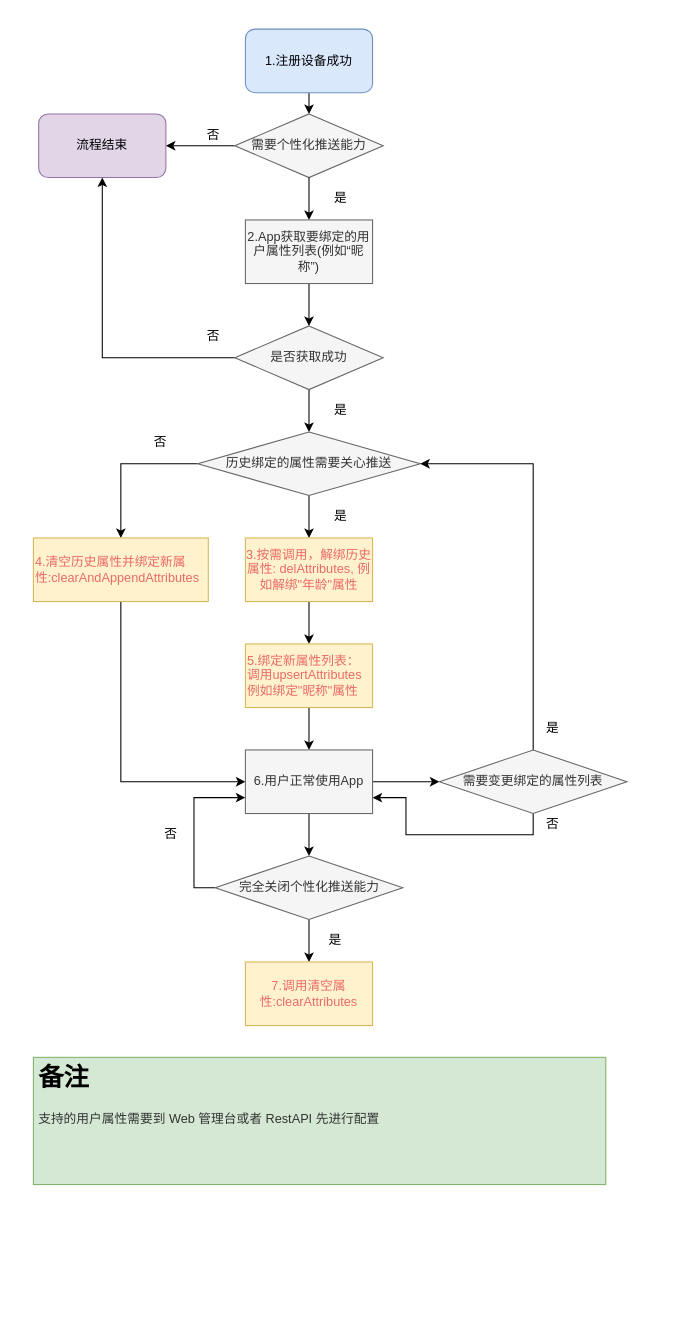
muyanbiao/tpnsFlowChart keeps this draw.io diagram as attribute.drawio. Above is the earlier version. Source tidied: cells renumbered, new cells numbered last; positions are measured from the earlier drawing's top-left corner, leaving out a move shared by most shapes. Both pictures are drawn from the tidied source at 106%, with x=0, y=0 at pixel (33, 29).
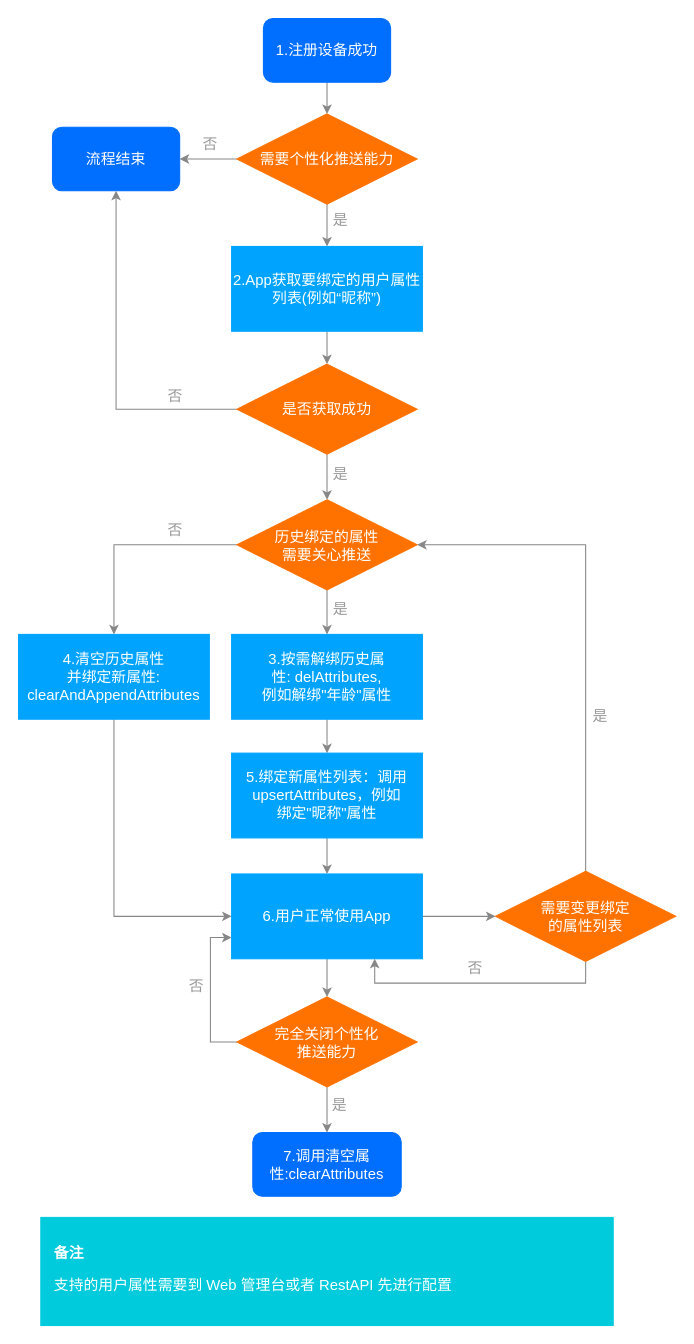
After the change.

Change to the diagram source:
```diff
@@
-    <mxCell id="2" style="endArrow=classic;html=1;exitX=0.5;exitY=1;exitDx=0;exitDy=0;entryX=0.5;entryY=0;entryDx=0;entryDy=0;" parent="1" edge="1" source="3">
-      <mxGeometry relative="1" as="geometry">
-        <mxPoint x="260" y="80" as="targetPoint" />
-      </mxGeometry>
-    </mxCell>
+    <mxCell id="43" style="edgeStyle=orthogonalEdgeStyle;rounded=0;jettySize=auto;html=1;entryX=0.5;entryY=0;entryDx=0;entryDy=0;fontSize=14;fontColor=#FFFFFF;strokeColor=#878787;" parent="1" edge="1" source="3" target="6">
+      <mxGeometry relative="1" as="geometry" />
+    </mxCell>
-    <mxCell id="3" value="&lt;font face=&quot;helvetica&quot;&gt;1.注册设备成功&lt;/font&gt;" style="rounded=1;whiteSpace=wrap;html=1;fillColor=#dae8fc;strokeColor=#6c8ebf;" parent="1" vertex="1">
-      <mxGeometry x="200" width="120" height="60" as="geometry" />
+    <mxCell id="3" value="&lt;font face=&quot;helvetica&quot; style=&quot;font-size: 14px;&quot;&gt;1.注册设备成功&lt;/font&gt;" style="rounded=1;whiteSpace=wrap;html=1;fillColor=#006EFF;strokeColor=#006EFF;fontColor=#FFFFFF;fontSize=14;" parent="1" vertex="1">
+      <mxGeometry x="217" y="-10" width="120" height="60" as="geometry" />
     </mxCell>
-    <mxCell id="4" value="是" style="text;html=1;strokeColor=none;fillColor=none;align=center;verticalAlign=middle;whiteSpace=wrap;rounded=0;" parent="1" vertex="1">
-      <mxGeometry x="270" y="150" width="40" height="20" as="geometry" />
+    <mxCell id="4" value="是" style="text;html=1;strokeColor=none;fillColor=none;align=center;verticalAlign=middle;whiteSpace=wrap;rounded=0;fontSize=14;fontColor=#999999;" parent="1" vertex="1">
+      <mxGeometry x="278" y="168" width="24" height="24" as="geometry" />
     </mxCell>
-    <mxCell id="5" style="edgeStyle=orthogonalEdgeStyle;rounded=0;jettySize=auto;html=1;exitX=0;exitY=0.5;exitDx=0;exitDy=0;entryX=1;entryY=0.5;entryDx=0;entryDy=0;" parent="1" edge="1" source="6" target="8">
+    <mxCell id="5" style="edgeStyle=orthogonalEdgeStyle;rounded=0;jettySize=auto;html=1;exitX=0;exitY=0.5;exitDx=0;exitDy=0;entryX=1;entryY=0.5;entryDx=0;entryDy=0;fontSize=14;strokeColor=#878787;" parent="1" edge="1" source="6" target="8">
       <mxGeometry relative="1" as="geometry" />
     </mxCell>
+    <mxCell id="44" style="edgeStyle=orthogonalEdgeStyle;rounded=0;jettySize=auto;html=1;entryX=0.5;entryY=0;entryDx=0;entryDy=0;fontSize=14;fontColor=#FFFFFF;strokeColor=#878787;" parent="1" edge="1" source="6" target="11">
+      <mxGeometry relative="1" as="geometry" />
+    </mxCell>
-    <mxCell id="6" value="需要个性化推送能力" style="rhombus;whiteSpace=wrap;html=1;fillColor=#f5f5f5;strokeColor=#666666;fontColor=#333333;" parent="1" vertex="1">
-      <mxGeometry x="190" y="80" width="140" height="60" as="geometry" />
+    <mxCell id="6" value="需要个性化推送能力" style="rhombus;whiteSpace=wrap;html=1;fillColor=#FF7200;strokeColor=#FF7200;fontColor=#FFFFFF;fontSize=14;" parent="1" vertex="1">
+      <mxGeometry x="192" y="80" width="170" height="85" as="geometry" />
     </mxCell>
-    <mxCell id="7" style="edgeStyle=orthogonalEdgeStyle;rounded=0;jettySize=auto;html=1;exitX=0.5;exitY=1;exitDx=0;exitDy=0;" parent="1" edge="1" source="6">
-      <mxGeometry relative="1" as="geometry">
-        <mxPoint x="260" y="180" as="targetPoint" />
-      </mxGeometry>
-    </mxCell>
-    <mxCell id="8" value="&lt;font face=&quot;helvetica&quot;&gt;流程结束&lt;br&gt;&lt;/font&gt;" style="rounded=1;whiteSpace=wrap;html=1;fillColor=#e1d5e7;strokeColor=#9673a6;" parent="1" vertex="1">
-      <mxGeometry x="5" y="80" width="120" height="60" as="geometry" />
+    <mxCell id="8" value="&lt;font face=&quot;helvetica&quot; style=&quot;font-size: 14px;&quot;&gt;流程结束&lt;br style=&quot;font-size: 14px;&quot;&gt;&lt;/font&gt;" style="rounded=1;whiteSpace=wrap;html=1;fillColor=#006EFF;strokeColor=#006EFF;fontColor=#FFFFFF;fontSize=14;" parent="1" vertex="1">
+      <mxGeometry x="18" y="92.5" width="120" height="60" as="geometry" />
     </mxCell>
-    <mxCell id="9" value="否" style="text;html=1;strokeColor=none;fillColor=none;align=center;verticalAlign=middle;whiteSpace=wrap;rounded=0;" parent="1" vertex="1">
-      <mxGeometry x="150" y="90" width="40" height="20" as="geometry" />
+    <mxCell id="9" value="否" style="text;html=1;strokeColor=none;fillColor=none;align=center;verticalAlign=middle;whiteSpace=wrap;rounded=0;fontSize=14;fontColor=#999999;" parent="1" vertex="1">
+      <mxGeometry x="155" y="97" width="24" height="24" as="geometry" />
     </mxCell>
-    <mxCell id="10" style="edgeStyle=orthogonalEdgeStyle;rounded=0;jettySize=auto;html=1;exitX=0.5;exitY=1;exitDx=0;exitDy=0;entryX=0.5;entryY=0;entryDx=0;entryDy=0;" parent="1" edge="1" source="11" target="14">
+    <mxCell id="10" style="edgeStyle=orthogonalEdgeStyle;rounded=0;jettySize=auto;html=1;entryX=0.5;entryY=0;entryDx=0;entryDy=0;fontSize=14;fontColor=#FFFFFF;strokeColor=#878787;" parent="1" edge="1" source="11" target="14">
       <mxGeometry relative="1" as="geometry" />
     </mxCell>
-    <mxCell id="11" value="&lt;font face=&quot;helvetica&quot;&gt;2.App获取要绑定的用户属性列表(例如“昵称”)&lt;/font&gt;" style="rounded=0;whiteSpace=wrap;html=1;fillColor=#f5f5f5;strokeColor=#666666;fontColor=#333333;" parent="1" vertex="1">
-      <mxGeometry x="200" y="180" width="120" height="60" as="geometry" />
+    <mxCell id="11" value="&lt;font face=&quot;helvetica&quot; style=&quot;font-size: 14px;&quot;&gt;2.App获取要绑定的用户属性列表(例如“昵称”)&lt;/font&gt;" style="rounded=0;whiteSpace=wrap;html=1;fillColor=#00A4FF;strokeColor=#00A4FF;fontColor=#FFFFFF;fontSize=14;" parent="1" vertex="1">
+      <mxGeometry x="187" y="205" width="180" height="80" as="geometry" />
     </mxCell>
-    <mxCell id="12" style="edgeStyle=orthogonalEdgeStyle;rounded=0;jettySize=auto;html=1;exitX=0;exitY=0.5;exitDx=0;exitDy=0;entryX=0.5;entryY=1;entryDx=0;entryDy=0;" parent="1" edge="1" source="14" target="8">
-      <mxGeometry relative="1" as="geometry" />
+    <mxCell id="12" style="edgeStyle=orthogonalEdgeStyle;rounded=0;jettySize=auto;html=1;exitX=0;exitY=0.5;exitDx=0;exitDy=0;entryX=0.5;entryY=1;entryDx=0;entryDy=0;fontSize=14;strokeColor=#878787;" parent="1" edge="1" source="14" target="8">
+      <mxGeometry relative="1" as="geometry">
+        <Array as="points">
+          <mxPoint x="78" y="359" />
+          <mxPoint x="78" y="153" />
+        </Array>
+      </mxGeometry>
     </mxCell>
-    <mxCell id="13" style="edgeStyle=orthogonalEdgeStyle;rounded=0;jettySize=auto;html=1;exitX=0.5;exitY=1;exitDx=0;exitDy=0;entryX=0.5;entryY=0;entryDx=0;entryDy=0;" parent="1" edge="1" source="14" target="18">
+    <mxCell id="13" style="edgeStyle=orthogonalEdgeStyle;rounded=0;jettySize=auto;html=1;exitX=0.5;exitY=1;exitDx=0;exitDy=0;entryX=0.5;entryY=0;entryDx=0;entryDy=0;fontSize=14;strokeColor=#878787;" parent="1" edge="1" source="14" target="18">
       <mxGeometry relative="1" as="geometry" />
     </mxCell>
-    <mxCell id="14" value="是否获取成功" style="rhombus;whiteSpace=wrap;html=1;fillColor=#f5f5f5;strokeColor=#666666;fontColor=#333333;" parent="1" vertex="1">
-      <mxGeometry x="190" y="280" width="140" height="60" as="geometry" />
+    <mxCell id="14" value="是否获取成功" style="rhombus;whiteSpace=wrap;html=1;fillColor=#FF7200;strokeColor=#FF7200;fontColor=#FFFFFF;fontSize=14;" parent="1" vertex="1">
+      <mxGeometry x="192" y="316" width="170" height="85" as="geometry" />
     </mxCell>
-    <mxCell id="15" value="否" style="text;html=1;strokeColor=none;fillColor=none;align=center;verticalAlign=middle;whiteSpace=wrap;rounded=0;" parent="1" vertex="1">
-      <mxGeometry x="150" y="280" width="40" height="20" as="geometry" />
+    <mxCell id="15" value="否" style="text;html=1;strokeColor=none;fillColor=none;align=center;verticalAlign=middle;whiteSpace=wrap;rounded=0;fontSize=14;fontColor=#999999;" parent="1" vertex="1">
+      <mxGeometry x="122" y="334" width="24" height="24" as="geometry" />
     </mxCell>
-    <mxCell id="16" style="edgeStyle=orthogonalEdgeStyle;rounded=0;jettySize=auto;html=1;exitX=0.5;exitY=1;exitDx=0;exitDy=0;entryX=0.5;entryY=0;entryDx=0;entryDy=0;" parent="1" edge="1" source="18" target="21">
+    <mxCell id="16" style="edgeStyle=orthogonalEdgeStyle;rounded=0;jettySize=auto;html=1;exitX=0.5;exitY=1;exitDx=0;exitDy=0;entryX=0.5;entryY=0;entryDx=0;entryDy=0;fontSize=14;strokeColor=#878787;" parent="1" edge="1" source="18" target="21">
       <mxGeometry relative="1" as="geometry" />
     </mxCell>
-    <mxCell id="17" style="edgeStyle=orthogonalEdgeStyle;rounded=0;jettySize=auto;html=1;exitX=0;exitY=0.5;exitDx=0;exitDy=0;entryX=0.5;entryY=0;entryDx=0;entryDy=0;" parent="1" edge="1" source="18" target="26">
+    <mxCell id="17" style="edgeStyle=orthogonalEdgeStyle;rounded=0;jettySize=auto;html=1;exitX=0;exitY=0.5;exitDx=0;exitDy=0;entryX=0.5;entryY=0;entryDx=0;entryDy=0;fontSize=14;strokeColor=#878787;" parent="1" edge="1" source="18" target="26">
       <mxGeometry relative="1" as="geometry" />
     </mxCell>
-    <mxCell id="18" value="历史绑定的属性需要关心推送" style="rhombus;whiteSpace=wrap;html=1;fillColor=#f5f5f5;strokeColor=#666666;fontColor=#333333;" parent="1" vertex="1">
-      <mxGeometry x="155" y="380" width="210" height="60" as="geometry" />
+    <mxCell id="18" value="历史绑定的属性&lt;br&gt;需要关心推送" style="rhombus;whiteSpace=wrap;html=1;fillColor=#FF7200;strokeColor=#FF7200;fontColor=#FFFFFF;fontSize=14;" parent="1" vertex="1">
+      <mxGeometry x="192" y="444" width="170" height="85" as="geometry" />
     </mxCell>
-    <mxCell id="19" value="是" style="text;html=1;strokeColor=none;fillColor=none;align=center;verticalAlign=middle;whiteSpace=wrap;rounded=0;" parent="1" vertex="1">
-      <mxGeometry x="270" y="350" width="40" height="20" as="geometry" />
+    <mxCell id="19" value="是" style="text;html=1;strokeColor=none;fillColor=none;align=center;verticalAlign=middle;whiteSpace=wrap;rounded=0;fontSize=14;fontColor=#999999;" parent="1" vertex="1">
+      <mxGeometry x="278" y="408" width="24" height="24" as="geometry" />
     </mxCell>
-    <mxCell id="20" style="edgeStyle=orthogonalEdgeStyle;rounded=0;jettySize=auto;html=1;exitX=0.5;exitY=1;exitDx=0;exitDy=0;entryX=0.5;entryY=0;entryDx=0;entryDy=0;" parent="1" edge="1" source="21" target="23">
+    <mxCell id="20" style="edgeStyle=orthogonalEdgeStyle;rounded=0;jettySize=auto;html=1;fontSize=14;fontColor=#FFFFFF;strokeColor=#878787;" parent="1" edge="1" source="21" target="23">
       <mxGeometry relative="1" as="geometry" />
     </mxCell>
-    <mxCell id="21" value="&lt;font color=&quot;#ea6b66&quot;&gt;&lt;font face=&quot;helvetica&quot;&gt;3.按需调用，解绑历史属性:&amp;nbsp;&lt;/font&gt;&lt;span style=&quot;font-family: &amp;#34;helvetica&amp;#34;&quot;&gt;del&lt;/span&gt;&lt;font face=&quot;helvetica&quot;&gt;Attributes, 例如解绑&quot;年龄&quot;属性&lt;/font&gt;&lt;/font&gt;" style="rounded=0;whiteSpace=wrap;html=1;fillColor=#fff2cc;strokeColor=#d6b656;" parent="1" vertex="1">
-      <mxGeometry x="200" y="480" width="120" height="60" as="geometry" />
+    <mxCell id="21" value="&lt;font style=&quot;font-size: 14px&quot;&gt;&lt;font face=&quot;helvetica&quot; style=&quot;font-size: 14px&quot;&gt;3.按需解绑历史属&lt;br&gt;性:&amp;nbsp;&lt;/font&gt;&lt;span style=&quot;font-family: &amp;#34;helvetica&amp;#34; ; font-size: 14px&quot;&gt;del&lt;/span&gt;&lt;font face=&quot;helvetica&quot; style=&quot;font-size: 14px&quot;&gt;Attributes, &lt;br&gt;例如解绑&quot;年龄&quot;属性&lt;/font&gt;&lt;/font&gt;" style="rounded=0;whiteSpace=wrap;html=1;fillColor=#00A4FF;strokeColor=#00A4FF;fontColor=#FFFFFF;fontSize=14;" parent="1" vertex="1">
+      <mxGeometry x="187" y="571" width="180" height="80" as="geometry" />
     </mxCell>
-    <mxCell id="22" style="edgeStyle=orthogonalEdgeStyle;rounded=0;jettySize=auto;html=1;exitX=0.5;exitY=1;exitDx=0;exitDy=0;entryX=0.5;entryY=0;entryDx=0;entryDy=0;" parent="1" edge="1" source="23" target="30">
+    <mxCell id="22" style="edgeStyle=orthogonalEdgeStyle;rounded=0;jettySize=auto;html=1;entryX=0.5;entryY=0;entryDx=0;entryDy=0;fontSize=14;fontColor=#FFFFFF;strokeColor=#878787;" parent="1" edge="1" source="23" target="30">
       <mxGeometry relative="1" as="geometry" />
     </mxCell>
-    <mxCell id="23" value="&lt;font face=&quot;helvetica&quot; color=&quot;#ea6b66&quot;&gt;5.绑定新属性列表：&lt;br&gt;调用upsertAttributes例如绑定&quot;昵称&quot;属性&lt;/font&gt;" style="rounded=0;whiteSpace=wrap;html=1;fillColor=#fff2cc;strokeColor=#d6b656;align=left;" parent="1" vertex="1">
-      <mxGeometry x="200" y="580" width="120" height="60" as="geometry" />
+    <mxCell id="23" value="&lt;font face=&quot;helvetica&quot; style=&quot;font-size: 14px&quot;&gt;5.绑定新属性列表：调用&lt;br&gt;upsertAttributes，例如&lt;br&gt;绑定&quot;昵称&quot;属性&lt;/font&gt;" style="rounded=0;whiteSpace=wrap;html=1;align=center;fillColor=#00A4FF;strokeColor=#00A4FF;fontColor=#FFFFFF;fontSize=14;" parent="1" vertex="1">
+      <mxGeometry x="187" y="683" width="180" height="80" as="geometry" />
     </mxCell>
-    <mxCell id="24" value="是" style="text;html=1;strokeColor=none;fillColor=none;align=center;verticalAlign=middle;whiteSpace=wrap;rounded=0;" parent="1" vertex="1">
-      <mxGeometry x="270" y="450" width="40" height="20" as="geometry" />
+    <mxCell id="24" value="是" style="text;html=1;strokeColor=none;fillColor=none;align=center;verticalAlign=middle;whiteSpace=wrap;rounded=0;fontSize=14;fontColor=#999999;" parent="1" vertex="1">
+      <mxGeometry x="278" y="535" width="24" height="24" as="geometry" />
     </mxCell>
-    <mxCell id="25" style="edgeStyle=orthogonalEdgeStyle;rounded=0;jettySize=auto;html=1;exitX=0.5;exitY=1;exitDx=0;exitDy=0;entryX=0;entryY=0.5;entryDx=0;entryDy=0;" parent="1" edge="1" source="26" target="30">
+    <mxCell id="25" style="edgeStyle=orthogonalEdgeStyle;rounded=0;jettySize=auto;html=1;exitX=0.5;exitY=1;exitDx=0;exitDy=0;entryX=0;entryY=0.5;entryDx=0;entryDy=0;fontSize=14;strokeColor=#878787;" parent="1" edge="1" source="26" target="30">
       <mxGeometry relative="1" as="geometry" />
     </mxCell>
-    <mxCell id="26" value="&lt;font face=&quot;helvetica&quot; color=&quot;#ea6b66&quot;&gt;4.清空历史属性并绑定新属性:clearAndAppendAttributes&lt;/font&gt;" style="rounded=0;whiteSpace=wrap;html=1;fillColor=#fff2cc;strokeColor=#d6b656;align=left;" parent="1" vertex="1">
-      <mxGeometry y="480" width="165" height="60" as="geometry" />
+    <mxCell id="26" value="&lt;font face=&quot;helvetica&quot; style=&quot;font-size: 14px&quot;&gt;4.清空历史属性&lt;br&gt;并绑定新属性:&lt;br&gt;clearAndAppendAttributes&lt;/font&gt;" style="rounded=0;whiteSpace=wrap;html=1;align=center;fillColor=#00A4FF;strokeColor=#00A4FF;fontColor=#FFFFFF;fontSize=14;" parent="1" vertex="1">
+      <mxGeometry x="-14" y="571" width="180" height="80" as="geometry" />
     </mxCell>
-    <mxCell id="27" value="否" style="text;html=1;strokeColor=none;fillColor=none;align=center;verticalAlign=middle;whiteSpace=wrap;rounded=0;" parent="1" vertex="1">
-      <mxGeometry x="100" y="380" width="40" height="20" as="geometry" />
+    <mxCell id="27" value="否" style="text;html=1;strokeColor=none;fillColor=none;align=center;verticalAlign=middle;whiteSpace=wrap;rounded=0;fontSize=14;fontColor=#999999;" parent="1" vertex="1">
+      <mxGeometry x="122" y="461" width="24" height="24" as="geometry" />
     </mxCell>
-    <mxCell id="28" style="edgeStyle=orthogonalEdgeStyle;rounded=0;jettySize=auto;html=1;exitX=1;exitY=0.5;exitDx=0;exitDy=0;entryX=0;entryY=0.5;entryDx=0;entryDy=0;" parent="1" edge="1" source="30" target="33">
+    <mxCell id="28" style="edgeStyle=orthogonalEdgeStyle;rounded=0;jettySize=auto;html=1;exitX=1;exitY=0.5;exitDx=0;exitDy=0;entryX=0;entryY=0.5;entryDx=0;entryDy=0;fontSize=14;strokeColor=#878787;" parent="1" edge="1" source="30" target="33">
       <mxGeometry relative="1" as="geometry" />
     </mxCell>
-    <mxCell id="29" style="edgeStyle=orthogonalEdgeStyle;rounded=0;jettySize=auto;html=1;exitX=0.5;exitY=1;exitDx=0;exitDy=0;entryX=0.5;entryY=0;entryDx=0;entryDy=0;" parent="1" edge="1" source="30" target="38">
+    <mxCell id="29" style="edgeStyle=orthogonalEdgeStyle;rounded=0;jettySize=auto;html=1;entryX=0.5;entryY=0;entryDx=0;entryDy=0;fontSize=14;fontColor=#FFFFFF;strokeColor=#878787;" parent="1" edge="1" source="30" target="38">
       <mxGeometry relative="1" as="geometry" />
     </mxCell>
-    <mxCell id="30" value="&lt;font face=&quot;helvetica&quot;&gt;6.用户正常使用App&lt;br&gt;&lt;/font&gt;" style="rounded=0;whiteSpace=wrap;html=1;fillColor=#f5f5f5;strokeColor=#666666;fontColor=#333333;" parent="1" vertex="1">
-      <mxGeometry x="200" y="680" width="120" height="60" as="geometry" />
+    <mxCell id="30" value="&lt;font face=&quot;helvetica&quot; style=&quot;font-size: 14px;&quot;&gt;6.用户正常使用App&lt;br style=&quot;font-size: 14px;&quot;&gt;&lt;/font&gt;" style="rounded=0;whiteSpace=wrap;html=1;fillColor=#00A4FF;strokeColor=#00A4FF;fontColor=#FFFFFF;fontSize=14;" parent="1" vertex="1">
+      <mxGeometry x="187" y="797" width="180" height="80" as="geometry" />
     </mxCell>
-    <mxCell id="31" style="edgeStyle=orthogonalEdgeStyle;rounded=0;jettySize=auto;html=1;exitX=0.5;exitY=0;exitDx=0;exitDy=0;entryX=1;entryY=0.5;entryDx=0;entryDy=0;" parent="1" edge="1" source="33" target="18">
+    <mxCell id="31" style="edgeStyle=orthogonalEdgeStyle;rounded=0;jettySize=auto;html=1;exitX=0.5;exitY=0;exitDx=0;exitDy=0;entryX=1;entryY=0.5;entryDx=0;entryDy=0;fontSize=14;strokeColor=#878787;" parent="1" edge="1" source="33" target="18">
       <mxGeometry relative="1" as="geometry" />
     </mxCell>
-    <mxCell id="32" style="edgeStyle=orthogonalEdgeStyle;rounded=0;jettySize=auto;html=1;exitX=0.5;exitY=1;exitDx=0;exitDy=0;entryX=1;entryY=0.75;entryDx=0;entryDy=0;" parent="1" edge="1" source="33" target="30">
-      <mxGeometry relative="1" as="geometry" />
+    <mxCell id="32" style="edgeStyle=orthogonalEdgeStyle;rounded=0;jettySize=auto;html=1;entryX=0.75;entryY=1;entryDx=0;entryDy=0;fontSize=14;fontColor=#FFFFFF;strokeColor=#878787;" parent="1" edge="1" source="33" target="30">
+      <mxGeometry relative="1" as="geometry">
+        <Array as="points">
+          <mxPoint x="521" y="900" />
+          <mxPoint x="322" y="900" />
+        </Array>
+      </mxGeometry>
     </mxCell>
-    <mxCell id="33" value="需要变更绑定的属性列表" style="rhombus;whiteSpace=wrap;html=1;fillColor=#f5f5f5;strokeColor=#666666;fontColor=#333333;" parent="1" vertex="1">
-      <mxGeometry x="383" y="680" width="177" height="60" as="geometry" />
+    <mxCell id="33" value="需要变更绑定&lt;br&gt;的属性列表" style="rhombus;whiteSpace=wrap;html=1;fillColor=#FF7200;strokeColor=#FF7200;fontColor=#FFFFFF;fontSize=14;" parent="1" vertex="1">
+      <mxGeometry x="436" y="794.5" width="170" height="85" as="geometry" />
     </mxCell>
-    <mxCell id="34" value="是" style="text;html=1;strokeColor=none;fillColor=none;align=center;verticalAlign=middle;whiteSpace=wrap;rounded=0;" parent="1" vertex="1">
-      <mxGeometry x="470" y="650" width="40" height="20" as="geometry" />
+    <mxCell id="34" value="是" style="text;html=1;strokeColor=none;fillColor=none;align=center;verticalAlign=middle;whiteSpace=wrap;rounded=0;fontSize=14;fontColor=#999999;" parent="1" vertex="1">
+      <mxGeometry x="523" y="636" width="24" height="24" as="geometry" />
     </mxCell>
-    <mxCell id="35" value="否" style="text;html=1;strokeColor=none;fillColor=none;align=center;verticalAlign=middle;whiteSpace=wrap;rounded=0;" parent="1" vertex="1">
-      <mxGeometry x="470" y="740" width="40" height="20" as="geometry" />
+    <mxCell id="35" value="否" style="text;html=1;strokeColor=none;fillColor=none;align=center;verticalAlign=middle;whiteSpace=wrap;rounded=0;fontSize=14;fontColor=#999999;" parent="1" vertex="1">
+      <mxGeometry x="405" y="874" width="24" height="24" as="geometry" />
     </mxCell>
+    <mxCell id="37" style="edgeStyle=orthogonalEdgeStyle;rounded=0;jettySize=auto;html=1;exitX=0;exitY=0.5;exitDx=0;exitDy=0;entryX=0;entryY=0.75;entryDx=0;entryDy=0;fontSize=14;strokeColor=#878787;" parent="1" edge="1" source="38" target="30">
+      <mxGeometry relative="1" as="geometry" />
+    </mxCell>
-    <mxCell id="36" style="edgeStyle=orthogonalEdgeStyle;rounded=0;jettySize=auto;html=1;exitX=0.5;exitY=1;exitDx=0;exitDy=0;entryX=0.5;entryY=0;entryDx=0;entryDy=0;" parent="1" edge="1" source="38" target="39">
+    <mxCell id="36" style="edgeStyle=orthogonalEdgeStyle;rounded=0;jettySize=auto;html=1;entryX=0.5;entryY=0;entryDx=0;entryDy=0;fontSize=14;fontColor=#FFFFFF;strokeColor=#878787;" parent="1" edge="1" source="38" target="39">
       <mxGeometry relative="1" as="geometry" />
     </mxCell>
-    <mxCell id="37" style="edgeStyle=orthogonalEdgeStyle;rounded=0;jettySize=auto;html=1;exitX=0;exitY=0.5;exitDx=0;exitDy=0;entryX=0;entryY=0.75;entryDx=0;entryDy=0;" parent="1" edge="1" source="38" target="30">
-      <mxGeometry relative="1" as="geometry" />
-    </mxCell>
-    <mxCell id="38" value="完全关闭个性化推送能力" style="rhombus;whiteSpace=wrap;html=1;fillColor=#f5f5f5;strokeColor=#666666;fontColor=#333333;" parent="1" vertex="1">
-      <mxGeometry x="171.5" y="780" width="177" height="60" as="geometry" />
+    <mxCell id="38" value="完全关闭个性化&lt;br&gt;推送能力" style="rhombus;whiteSpace=wrap;html=1;fillColor=#FF7200;strokeColor=#FF7200;fontColor=#FFFFFF;fontSize=14;" parent="1" vertex="1">
+      <mxGeometry x="192" y="913" width="170" height="85" as="geometry" />
     </mxCell>
-    <mxCell id="39" value="&lt;font face=&quot;helvetica&quot;&gt;&lt;font color=&quot;#ea6b66&quot;&gt;7.调用清空属性:clearAttributes&lt;/font&gt;&lt;br&gt;&lt;/font&gt;" style="rounded=0;whiteSpace=wrap;html=1;fillColor=#fff2cc;strokeColor=#d6b656;" parent="1" vertex="1">
-      <mxGeometry x="200" y="880" width="120" height="60" as="geometry" />
+    <mxCell id="39" value="&lt;font face=&quot;helvetica&quot; style=&quot;font-size: 14px;&quot;&gt;&lt;font style=&quot;font-size: 14px;&quot;&gt;7.调用清空属性:clearAttributes&lt;/font&gt;&lt;br style=&quot;font-size: 14px;&quot;&gt;&lt;/font&gt;" style="rounded=1;whiteSpace=wrap;html=1;fillColor=#006EFF;strokeColor=#006EFF;fontColor=#FFFFFF;fontSize=14;" parent="1" vertex="1">
+      <mxGeometry x="207" y="1041" width="140" height="60" as="geometry" />
     </mxCell>
-    <mxCell id="40" value="是" style="text;html=1;strokeColor=none;fillColor=none;align=center;verticalAlign=middle;whiteSpace=wrap;rounded=0;" parent="1" vertex="1">
-      <mxGeometry x="265" y="850" width="40" height="20" as="geometry" />
+    <mxCell id="40" value="是" style="text;html=1;strokeColor=none;fillColor=none;align=center;verticalAlign=middle;whiteSpace=wrap;rounded=0;fontSize=14;fontColor=#999999;" parent="1" vertex="1">
+      <mxGeometry x="277" y="1003" width="24" height="24" as="geometry" />
     </mxCell>
-    <mxCell id="41" value="否" style="text;html=1;strokeColor=none;fillColor=none;align=center;verticalAlign=middle;whiteSpace=wrap;rounded=0;" parent="1" vertex="1">
-      <mxGeometry x="110" y="750" width="40" height="20" as="geometry" />
+    <mxCell id="41" value="否" style="text;html=1;strokeColor=none;fillColor=none;align=center;verticalAlign=middle;whiteSpace=wrap;rounded=0;fontSize=14;fontColor=#999999;" parent="1" vertex="1">
+      <mxGeometry x="142" y="891" width="24" height="24" as="geometry" />
     </mxCell>
-    <mxCell id="42" value="&lt;h1&gt;备注&lt;/h1&gt;&lt;p&gt;&lt;span style=&quot;color: rgb(51 , 51 , 51) ; text-align: center&quot;&gt;支持的用户属性需要到 Web 管理台或者 RestAPI 先进行配置&lt;/span&gt;&lt;br&gt;&lt;/p&gt;" style="text;html=1;strokeColor=#82b366;spacing=5;spacingTop=-20;whiteSpace=wrap;overflow=hidden;rounded=0;fillColor=#d5e8d4;" parent="1" vertex="1">
-      <mxGeometry y="970" width="540" height="120" as="geometry" />
+    <mxCell id="42" value="&lt;h1 style=&quot;font-size: 14px&quot;&gt;&lt;br&gt;&lt;/h1&gt;&lt;h1 style=&quot;font-size: 14px&quot;&gt;&amp;nbsp; 备注&lt;/h1&gt;&lt;p style=&quot;font-size: 14px&quot;&gt;&lt;span style=&quot;text-align: center ; font-size: 14px&quot;&gt;&amp;nbsp; 支持的用户属性需要到 Web 管理台或者 RestAPI 先进行配置&lt;/span&gt;&lt;br style=&quot;font-size: 14px&quot;&gt;&lt;/p&gt;" style="text;html=1;spacing=5;spacingTop=-20;whiteSpace=wrap;overflow=hidden;rounded=0;fontSize=14;fillColor=#00CBDC;strokeColor=#00CBDC;fontColor=#FFFFFF;" parent="1" vertex="1">
+      <mxGeometry x="7" y="1121" width="540" height="102" as="geometry" />
     </mxCell>
```
